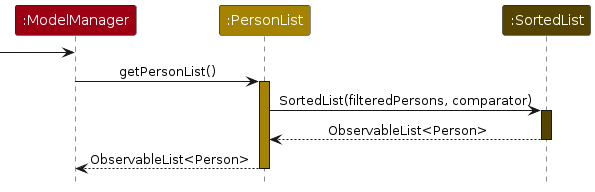
This is diagrams/GetPersonListSequenceDiagram.png from AY2526S1-CS2103-F10-1/tp, a PlantUML export, as it was before one commit. Its source is kept beside it as diagrams/GetPersonListSequenceDiagram.puml.
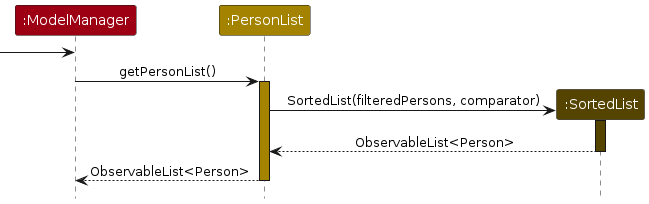
After the commit.

Change to the diagram source:
```diff
@@ -12,6 +12,7 @@
 modelManager -> personList : getPersonList()
 activate personList STORAGE_COLOR
 
+create sortedList
 personList -> sortedList : SortedList(filteredPersons, comparator)
 activate sortedList STORAGE_COLOR_T2
 
```
